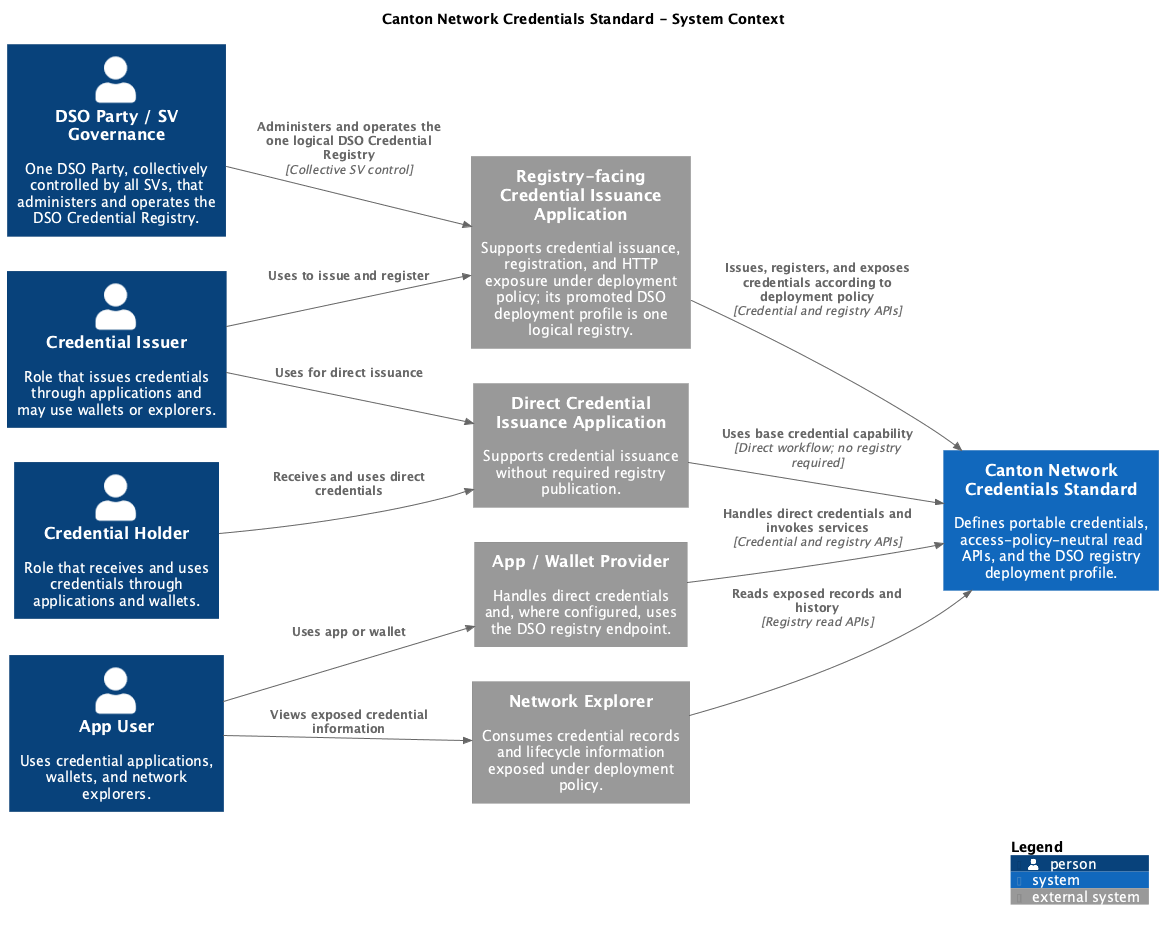
Before: cn-credentials-standard/images/credentials-system-context.png, a diagram exported from PlantUML (unlockitio/cips). Source of this version:
```plantuml
@startuml credentials-system-context
!include <C4/C4_Context>

LAYOUT_LEFT_RIGHT()
title Canton Network Credentials Standard - System Context

Person(issuer, "Credential Issuer", "Role that issues credentials through applications and may use wallets or explorers.")
Person(holder, "Credential Holder", "Role that receives and uses credentials through applications and wallets.")
Person(appUser, "App User", "Uses credential applications, wallets, and network explorers.")
Person(dsoParty, "DSO Party / SV Governance", "One DSO Party, collectively controlled by all SVs, that administers and operates the DSO Credential Registry.")

System(standard, "Canton Network Credentials Standard", "Defines portable credentials, access-policy-neutral read APIs, and the DSO registry deployment profile.")

System_Ext(privateIssuance, "Direct Credential Issuance Application", "Supports credential issuance without required registry publication.")
System_Ext(publicIssuance, "Registry-facing Credential Issuance Application", "Supports credential issuance, registration, and HTTP exposure under deployment policy; its promoted DSO deployment profile is one logical registry.")
System_Ext(client, "App / Wallet Provider", "Handles direct credentials and, where configured, uses the DSO registry endpoint.")
System_Ext(explorer, "Network Explorer", "Consumes credential records and lifecycle information exposed under deployment policy.")

Rel(issuer, privateIssuance, "Uses for direct issuance")
Rel(issuer, publicIssuance, "Uses to issue and register")
Rel(holder, privateIssuance, "Receives and uses direct credentials")
Rel(appUser, client, "Uses app or wallet")
Rel(appUser, explorer, "Views exposed credential information")
Rel(dsoParty, publicIssuance, "Administers and operates the one logical DSO Credential Registry", "Collective SV control")
Rel(privateIssuance, standard, "Uses base credential capability", "Direct workflow; no registry required")
Rel(publicIssuance, standard, "Issues, registers, and exposes credentials according to deployment policy", "Credential and registry APIs")
Rel(client, standard, "Handles direct credentials and invokes services", "Credential and registry APIs")
Rel(explorer, standard, "Reads exposed records and history", "Registry read APIs")

SHOW_LEGEND()
@enduml
```
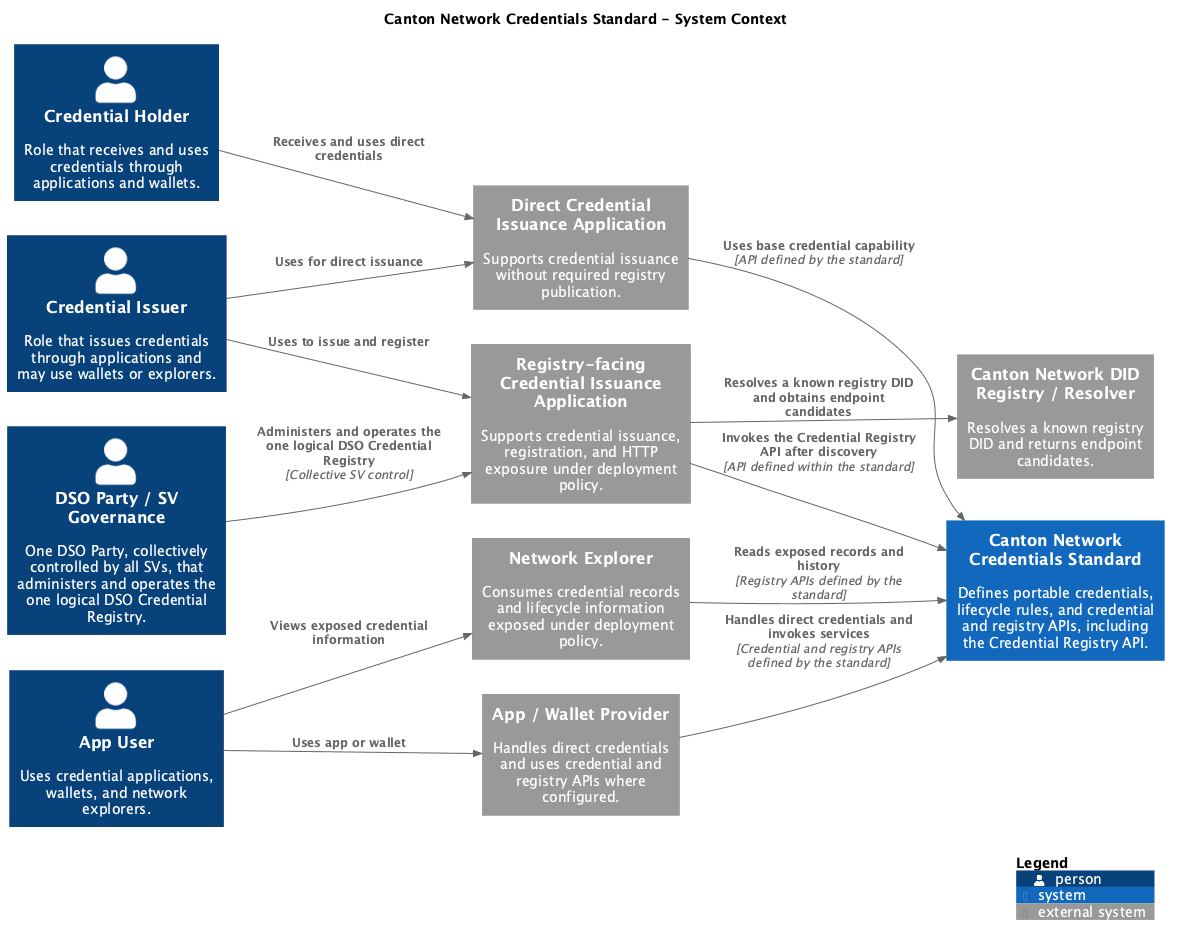
Later version of the same file.

Change to the diagram source:
```diff
@@ -7,14 +7,15 @@
 Person(issuer, "Credential Issuer", "Role that issues credentials through applications and may use wallets or explorers.")
 Person(holder, "Credential Holder", "Role that receives and uses credentials through applications and wallets.")
 Person(appUser, "App User", "Uses credential applications, wallets, and network explorers.")
-Person(dsoParty, "DSO Party / SV Governance", "One DSO Party, collectively controlled by all SVs, that administers and operates the DSO Credential Registry.")
+Person(dsoParty, "DSO Party / SV Governance", "One DSO Party, collectively controlled by all SVs, that administers and operates the one logical DSO Credential Registry.")
 
-System(standard, "Canton Network Credentials Standard", "Defines portable credentials, access-policy-neutral read APIs, and the DSO registry deployment profile.")
+System(standard, "Canton Network Credentials Standard", "Defines portable credentials, lifecycle rules, and credential and registry APIs, including the Credential Registry API.")
 
 System_Ext(privateIssuance, "Direct Credential Issuance Application", "Supports credential issuance without required registry publication.")
-System_Ext(publicIssuance, "Registry-facing Credential Issuance Application", "Supports credential issuance, registration, and HTTP exposure under deployment policy; its promoted DSO deployment profile is one logical registry.")
-System_Ext(client, "App / Wallet Provider", "Handles direct credentials and, where configured, uses the DSO registry endpoint.")
+System_Ext(publicIssuance, "Registry-facing Credential Issuance Application", "Supports credential issuance, registration, and HTTP exposure under deployment policy.")
+System_Ext(client, "App / Wallet Provider", "Handles direct credentials and uses credential and registry APIs where configured.")
 System_Ext(explorer, "Network Explorer", "Consumes credential records and lifecycle information exposed under deployment policy.")
+System_Ext(didResolver, "Canton Network DID Registry / Resolver", "Resolves a known registry DID and returns endpoint candidates.")
 
 Rel(issuer, privateIssuance, "Uses for direct issuance")
 Rel(issuer, publicIssuance, "Uses to issue and register")
@@ -22,10 +23,11 @@
 Rel(appUser, client, "Uses app or wallet")
 Rel(appUser, explorer, "Views exposed credential information")
 Rel(dsoParty, publicIssuance, "Administers and operates the one logical DSO Credential Registry", "Collective SV control")
-Rel(privateIssuance, standard, "Uses base credential capability", "Direct workflow; no registry required")
-Rel(publicIssuance, standard, "Issues, registers, and exposes credentials according to deployment policy", "Credential and registry APIs")
-Rel(client, standard, "Handles direct credentials and invokes services", "Credential and registry APIs")
-Rel(explorer, standard, "Reads exposed records and history", "Registry read APIs")
+Rel(privateIssuance, standard, "Uses base credential capability", "API defined by the standard")
+Rel(publicIssuance, didResolver, "Resolves a known registry DID and obtains endpoint candidates")
+Rel(publicIssuance, standard, "Invokes the Credential Registry API after discovery", "API defined within the standard")
+Rel(client, standard, "Handles direct credentials and invokes services", "Credential and registry APIs defined by the standard")
+Rel(explorer, standard, "Reads exposed records and history", "Registry APIs defined by the standard")
 
 SHOW_LEGEND()
 @enduml
```
